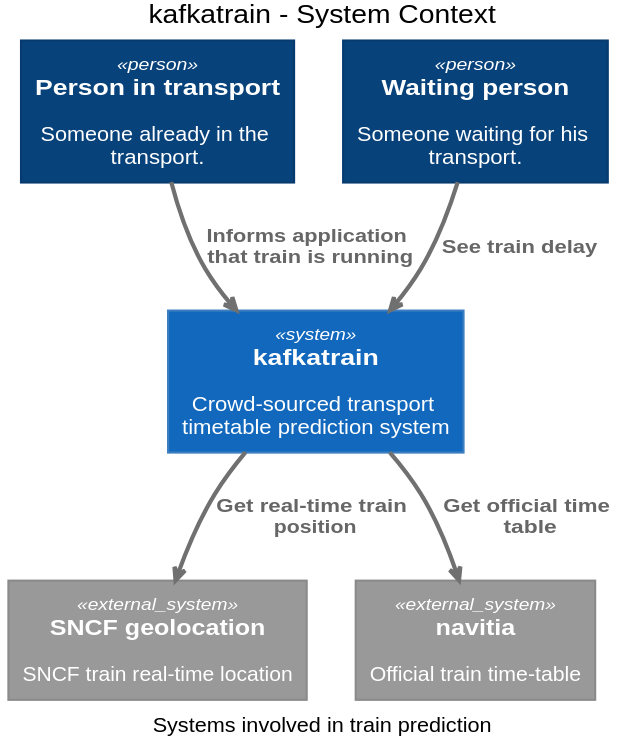
This is images/SystemContext.svg from mmacphail/agile-architecture-documentation-system, a PlantUML export, as it was before one commit. The source it was exported from:
```plantuml
@startuml(id=SystemContext)





skinparam defaultTextAlignment center

skinparam wrapWidth 200
skinparam maxMessageSize 150

skinparam rectangle {
    StereotypeFontSize 12
    shadowing false
}

skinparam database {
    StereotypeFontSize 12
    shadowing false
}

skinparam Arrow {
    Color #666666
    FontColor #666666
    FontSize 12
}

skinparam rectangle<<boundary>> {
    Shadowing false
    StereotypeFontSize 0
    FontColor #444444
    BorderColor #444444
    BorderStyle dashed
}






















skinparam defaultTextAlignment center

skinparam wrapWidth 200
skinparam maxMessageSize 150

skinparam rectangle {
    StereotypeFontSize 12
    shadowing false
}

skinparam database {
    StereotypeFontSize 12
    shadowing false
}

skinparam Arrow {
    Color #666666
    FontColor #666666
    FontSize 12
}

skinparam rectangle<<boundary>> {
    Shadowing false
    StereotypeFontSize 0
    FontColor #444444
    BorderColor #444444
    BorderStyle dashed
}






















skinparam rectangle<<person>> {
    StereotypeFontColor #FFFFFF
    FontColor #FFFFFF
    BackgroundColor #08427B
    BorderColor #073B6F
}

skinparam rectangle<<external_person>> {
    StereotypeFontColor #FFFFFF
    FontColor #FFFFFF
    BackgroundColor #686868
    BorderColor #8A8A8A
}

skinparam rectangle<<system>> {
    StereotypeFontColor #FFFFFF
    FontColor #FFFFFF
    BackgroundColor #1168BD
    BorderColor #3C7FC0
}

skinparam rectangle<<external_system>> {
    StereotypeFontColor #FFFFFF
    FontColor #FFFFFF
    BackgroundColor #999999
    BorderColor #8A8A8A
}

skinparam database<<system>> {
    StereotypeFontColor #FFFFFF
    FontColor #FFFFFF
    BackgroundColor #1168BD
    BorderColor #3C7FC0
}

skinparam database<<external_system>> {
    StereotypeFontColor #FFFFFF
    FontColor #FFFFFF
    BackgroundColor #999999
    BorderColor #8A8A8A
}
















skinparam defaultTextAlignment center

skinparam wrapWidth 200
skinparam maxMessageSize 150

skinparam rectangle {
    StereotypeFontSize 12
    shadowing false
}

skinparam database {
    StereotypeFontSize 12
    shadowing false
}

skinparam Arrow {
    Color #666666
    FontColor #666666
    FontSize 12
}

skinparam rectangle<<boundary>> {
    Shadowing false
    StereotypeFontSize 0
    FontColor #444444
    BorderColor #444444
    BorderStyle dashed
}






















skinparam rectangle<<person>> {
    StereotypeFontColor #FFFFFF
    FontColor #FFFFFF
    BackgroundColor #08427B
    BorderColor #073B6F
}

skinparam rectangle<<external_person>> {
    StereotypeFontColor #FFFFFF
    FontColor #FFFFFF
    BackgroundColor #686868
    BorderColor #8A8A8A
}

skinparam rectangle<<system>> {
    StereotypeFontColor #FFFFFF
    FontColor #FFFFFF
    BackgroundColor #1168BD
    BorderColor #3C7FC0
}

skinparam rectangle<<external_system>> {
    StereotypeFontColor #FFFFFF
    FontColor #FFFFFF
    BackgroundColor #999999
    BorderColor #8A8A8A
}

skinparam database<<system>> {
    StereotypeFontColor #FFFFFF
    FontColor #FFFFFF
    BackgroundColor #1168BD
    BorderColor #3C7FC0
}

skinparam database<<external_system>> {
    StereotypeFontColor #FFFFFF
    FontColor #FFFFFF
    BackgroundColor #999999
    BorderColor #8A8A8A
}
















skinparam rectangle<<container>> {
    StereotypeFontColor #FFFFFF
    FontColor #FFFFFF
    BackgroundColor #438DD5
    BorderColor #3C7FC0
}

skinparam database<<container>> {
    StereotypeFontColor #FFFFFF
    FontColor #FFFFFF
    BackgroundColor #438DD5
    BorderColor #3C7FC0
}












skinparam defaultTextAlignment center

skinparam wrapWidth 200
skinparam maxMessageSize 150

skinparam rectangle {
    StereotypeFontSize 12
    shadowing false
}

skinparam database {
    StereotypeFontSize 12
    shadowing false
}

skinparam Arrow {
    Color #666666
    FontColor #666666
    FontSize 12
}

skinparam rectangle<<boundary>> {
    Shadowing false
    StereotypeFontSize 0
    FontColor #444444
    BorderColor #444444
    BorderStyle dashed
}






















skinparam rectangle<<person>> {
    StereotypeFontColor #FFFFFF
    FontColor #FFFFFF
    BackgroundColor #08427B
    BorderColor #073B6F
}

skinparam rectangle<<external_person>> {
    StereotypeFontColor #FFFFFF
    FontColor #FFFFFF
    BackgroundColor #686868
    BorderColor #8A8A8A
}

skinparam rectangle<<system>> {
    StereotypeFontColor #FFFFFF
    FontColor #FFFFFF
    BackgroundColor #1168BD
    BorderColor #3C7FC0
}

skinparam rectangle<<external_system>> {
    StereotypeFontColor #FFFFFF
    FontColor #FFFFFF
    BackgroundColor #999999
    BorderColor #8A8A8A
}

skinparam database<<system>> {
    StereotypeFontColor #FFFFFF
    FontColor #FFFFFF
    BackgroundColor #1168BD
    BorderColor #3C7FC0
}

skinparam database<<external_system>> {
    StereotypeFontColor #FFFFFF
    FontColor #FFFFFF
    BackgroundColor #999999
    BorderColor #8A8A8A
}
















skinparam rectangle<<container>> {
    StereotypeFontColor #FFFFFF
    FontColor #FFFFFF
    BackgroundColor #438DD5
    BorderColor #3C7FC0
}

skinparam database<<container>> {
    StereotypeFontColor #FFFFFF
    FontColor #FFFFFF
    BackgroundColor #438DD5
    BorderColor #3C7FC0
}












skinparam rectangle<<component>> {
    StereotypeFontColor #FFFFFF
    FontColor #000000
    BackgroundColor #85BBF0
    BorderColor #78A8D8
}

skinparam database<<component>> {
    StereotypeFontColor #FFFFFF
    FontColor #000000
    BackgroundColor #85BBF0
    BorderColor #78A8D8
}





scale max 2000x2000
title kafkatrain - System Context
caption Systems involved in train prediction

skinparam {
  shadowing false
  arrowColor #707070
  actorBorderColor #707070
  componentBorderColor #707070
  rectangleBorderColor #707070
  noteBackgroundColor #ffffff
  noteBorderColor #707070
  pathHoverColor GreenYellow
  ArrowThickness 3
  svgLinkTarget _parent
}
rectangle "==Person in transport\n\n Someone already in the transport." <<person>> as 2
rectangle "==Waiting person\n\n Someone waiting for his transport." <<person>> as 1
rectangle "==SNCF geolocation\n\n SNCF train real-time location" <<external_system>> as 7
rectangle "==kafkatrain\n\n Crowd-sourced transport timetable prediction system" <<system>> as 3
rectangle "==navitia\n\n Official train time-table" <<external_system>> as 6
2 -DOWN-> 3 : "===Informs application that train is running"
1 -DOWN-> 3 : "===See train delay"
3 -DOWN-> 7 : "===Get real-time train position"
3 -DOWN-> 6 : "===Get official time table"
@enduml
```
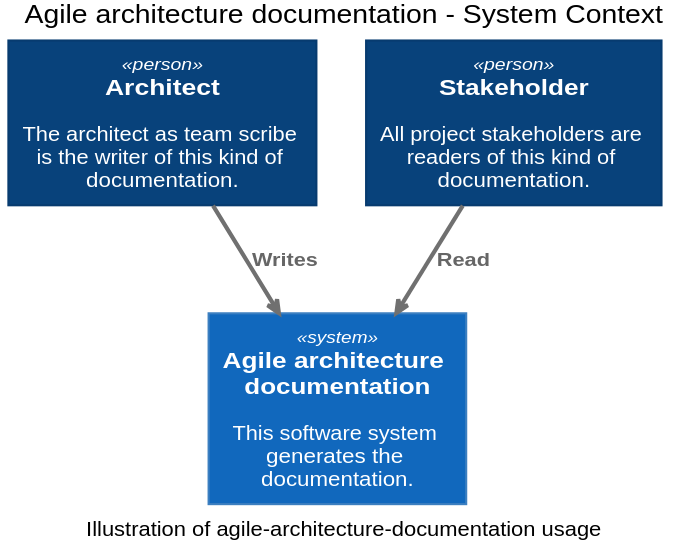
After the commit.

What changed in the source:
```diff
@@ -444,8 +444,8 @@
 
 
 scale max 2000x2000
-title kafkatrain - System Context
-caption Systems involved in train prediction
+title Agile architecture documentation - System Context
+caption Illustration of agile-architecture-documentation usage
 
 skinparam {
   shadowing false
@@ -459,13 +459,9 @@
   ArrowThickness 3
   svgLinkTarget _parent
 }
-rectangle "==Person in transport\n\n Someone already in the transport." <<person>> as 2
-rectangle "==Waiting person\n\n Someone waiting for his transport." <<person>> as 1
-rectangle "==SNCF geolocation\n\n SNCF train real-time location" <<external_system>> as 7
-rectangle "==kafkatrain\n\n Crowd-sourced transport timetable prediction system" <<system>> as 3
-rectangle "==navitia\n\n Official train time-table" <<external_system>> as 6
-2 -DOWN-> 3 : "===Informs application that train is running"
-1 -DOWN-> 3 : "===See train delay"
-3 -DOWN-> 7 : "===Get real-time train position"
-3 -DOWN-> 6 : "===Get official time table"
+rectangle "==Architect\n\n The architect as team scribe is the writer of this kind of documentation." <<person>> as 1
+rectangle "==Stakeholder\n\n All project stakeholders are readers of this kind of documentation." <<person>> as 2
+rectangle "==Agile architecture documentation\n\n This software system generates the documentation." <<system>> as 3
+1 -DOWN-> 3 : "===Writes"
+2 -DOWN-> 3 : "===Read"
 @enduml
```
